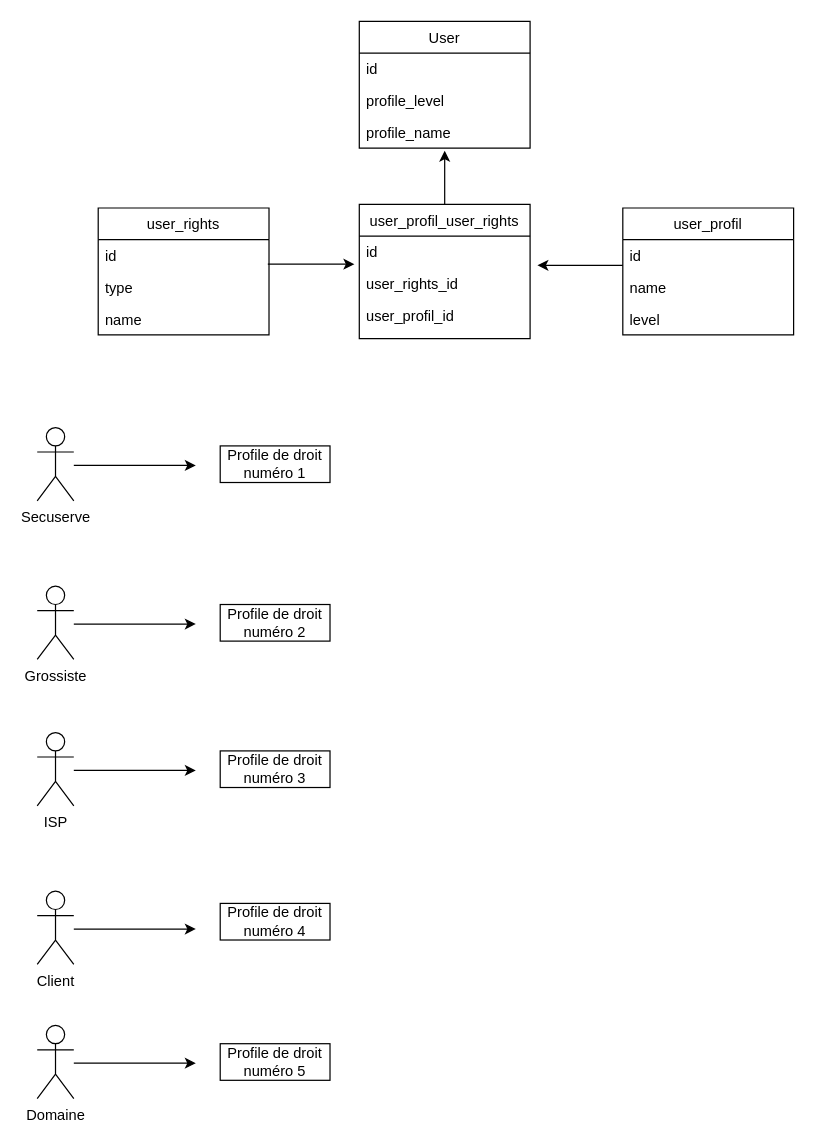
Above: security.drawio in nrgix2/api-netpoint (draw.io), before the change. Source tidied: cells renumbered, new cells numbered last; positions are measured from the earlier drawing's top-left corner, leaving out a move shared by most shapes. Both pictures are drawn from the tidied source at 122%, with x=0, y=0 at pixel (37, 21).
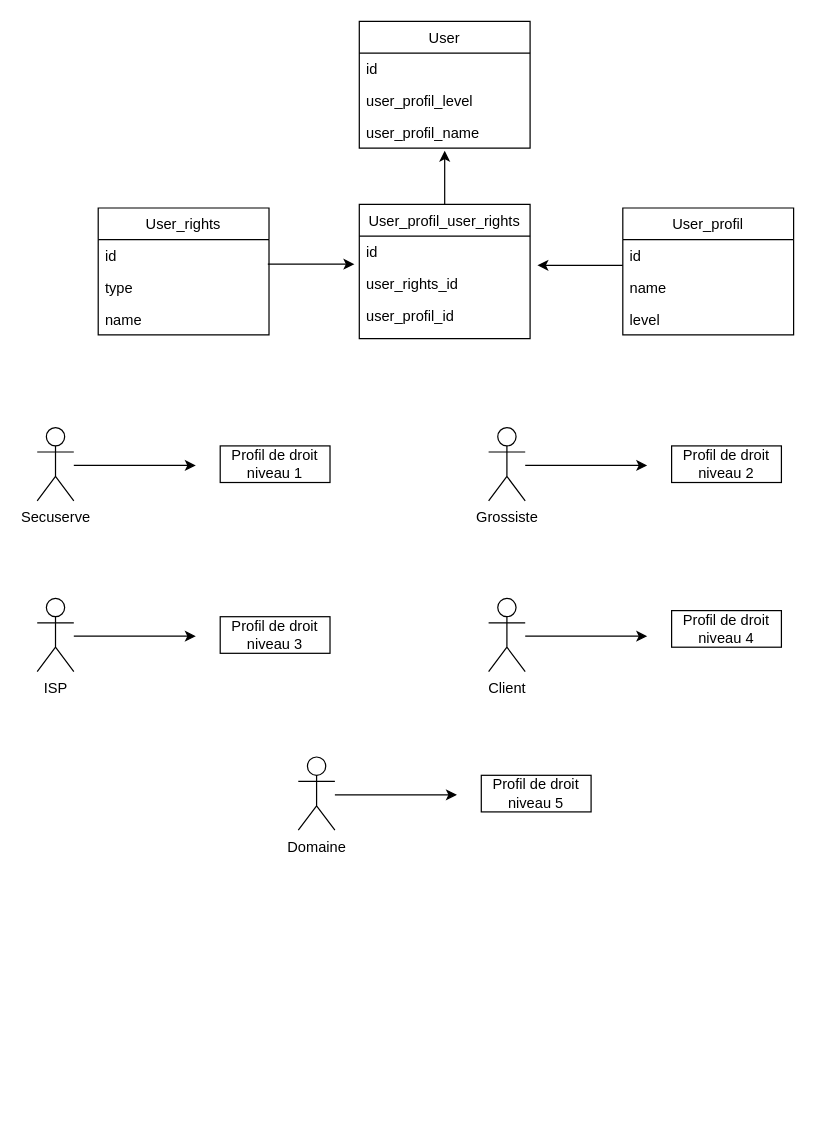
The same diagram, later.

The change refers to these unchanged cells:
```xml
<mxCell id="21" value="User" style="swimlane;fontStyle=0;horizontal=1;startSize=26;" parent="1" vertex="1">
  <mxGeometry x="264" width="140" height="104" as="geometry" />
</mxCell>
```

Diff of the diagram source:
```diff
@@
-    <mxCell id="4" value="Profile de droit numéro 1" style="rounded=0;whiteSpace=wrap;html=1;" parent="1" vertex="1">
+    <mxCell id="4" value="Profil de droit niveau 1" style="rounded=0;whiteSpace=wrap;html=1;" parent="1" vertex="1">
       <mxGeometry x="150" y="348" width="90" height="30" as="geometry" />
     </mxCell>
     <mxCell id="5" value="Grossiste" style="shape=umlActor;verticalLabelPosition=bottom;verticalAlign=top;html=1;" parent="1" vertex="1">
-      <mxGeometry y="463" width="30" height="60" as="geometry" />
+      <mxGeometry x="370" y="333" width="30" height="60" as="geometry" />
     </mxCell>
     <mxCell id="6" style="endArrow=classic;html=1;" parent="1" edge="1">
       <mxGeometry relative="1" as="geometry">
-        <mxPoint x="30" y="494" as="sourcePoint" />
-        <mxPoint x="130" y="494" as="targetPoint" />
+        <mxPoint x="400" y="364" as="sourcePoint" />
+        <mxPoint x="500" y="364" as="targetPoint" />
       </mxGeometry>
     </mxCell>
     <mxCell id="7" value="ISP" style="shape=umlActor;verticalLabelPosition=bottom;verticalAlign=top;html=1;" parent="1" vertex="1">
-      <mxGeometry y="583" width="30" height="60" as="geometry" />
+      <mxGeometry y="473" width="30" height="60" as="geometry" />
     </mxCell>
     <mxCell id="8" style="endArrow=classic;html=1;" parent="1" edge="1">
       <mxGeometry relative="1" as="geometry">
-        <mxPoint x="30" y="614" as="sourcePoint" />
-        <mxPoint x="130" y="614" as="targetPoint" />
+        <mxPoint x="30" y="504" as="sourcePoint" />
+        <mxPoint x="130" y="504" as="targetPoint" />
       </mxGeometry>
     </mxCell>
     <mxCell id="9" value="Client" style="shape=umlActor;verticalLabelPosition=bottom;verticalAlign=top;html=1;" parent="1" vertex="1">
-      <mxGeometry y="713" width="30" height="60" as="geometry" />
+      <mxGeometry x="370" y="473" width="30" height="60" as="geometry" />
     </mxCell>
     <mxCell id="10" style="endArrow=classic;html=1;" parent="1" edge="1">
       <mxGeometry relative="1" as="geometry">
-        <mxPoint x="30" y="744" as="sourcePoint" />
-        <mxPoint x="130" y="744" as="targetPoint" />
+        <mxPoint x="400" y="504" as="sourcePoint" />
+        <mxPoint x="500" y="504" as="targetPoint" />
       </mxGeometry>
     </mxCell>
     <mxCell id="11" value="Domaine" style="shape=umlActor;verticalLabelPosition=bottom;verticalAlign=top;html=1;" parent="1" vertex="1">
-      <mxGeometry y="823" width="30" height="60" as="geometry" />
+      <mxGeometry x="214" y="603" width="30" height="60" as="geometry" />
     </mxCell>
     <mxCell id="12" style="endArrow=classic;html=1;" parent="1" edge="1">
       <mxGeometry relative="1" as="geometry">
-        <mxPoint x="30" y="854" as="sourcePoint" />
-        <mxPoint x="130" y="854" as="targetPoint" />
+        <mxPoint x="244" y="634" as="sourcePoint" />
+        <mxPoint x="344" y="634" as="targetPoint" />
       </mxGeometry>
     </mxCell>
-    <mxCell id="13" value="Profile de droit numéro 2" style="rounded=0;whiteSpace=wrap;html=1;" parent="1" vertex="1">
-      <mxGeometry x="150" y="478" width="90" height="30" as="geometry" />
+    <mxCell id="13" value="Profil de droit niveau&amp;nbsp;2" style="rounded=0;whiteSpace=wrap;html=1;" parent="1" vertex="1">
+      <mxGeometry x="520" y="348" width="90" height="30" as="geometry" />
     </mxCell>
-    <mxCell id="14" value="Profile de droit numéro 3" style="rounded=0;whiteSpace=wrap;html=1;" parent="1" vertex="1">
-      <mxGeometry x="150" y="598" width="90" height="30" as="geometry" />
+    <mxCell id="14" value="Profil de droit niveau&amp;nbsp;3" style="rounded=0;whiteSpace=wrap;html=1;" parent="1" vertex="1">
+      <mxGeometry x="150" y="488" width="90" height="30" as="geometry" />
     </mxCell>
-    <mxCell id="15" value="Profile de droit numéro 5" style="rounded=0;whiteSpace=wrap;html=1;" parent="1" vertex="1">
-      <mxGeometry x="150" y="838" width="90" height="30" as="geometry" />
+    <mxCell id="15" value="Profil de droit niveau&amp;nbsp;5" style="rounded=0;whiteSpace=wrap;html=1;" parent="1" vertex="1">
+      <mxGeometry x="364" y="618" width="90" height="30" as="geometry" />
     </mxCell>
-    <mxCell id="16" value="Profile de droit numéro 4" style="rounded=0;whiteSpace=wrap;html=1;" parent="1" vertex="1">
-      <mxGeometry x="150" y="723" width="90" height="30" as="geometry" />
+    <mxCell id="16" value="Profil de droit niveau&amp;nbsp;4" style="rounded=0;whiteSpace=wrap;html=1;" parent="1" vertex="1">
+      <mxGeometry x="520" y="483" width="90" height="30" as="geometry" />
     </mxCell>
-    <mxCell id="17" value="user_profil" style="swimlane;fontStyle=0;horizontal=1;startSize=26;" parent="1" vertex="1">
+    <mxCell id="17" value="User_profil" style="swimlane;fontStyle=0;horizontal=1;startSize=26;" parent="1" vertex="1">
       <mxGeometry x="480" y="153" width="140" height="104" as="geometry" />
     </mxCell>
@@
-    <mxCell id="23" value="profile_level" style="text;strokeColor=none;fillColor=none;align=left;verticalAlign=top;spacingLeft=4;spacingRight=4;overflow=hidden;" parent="21" vertex="1">
+    <mxCell id="23" value="user_profil_level" style="text;strokeColor=none;fillColor=none;align=left;verticalAlign=top;spacingLeft=4;spacingRight=4;overflow=hidden;" parent="21" vertex="1">
       <mxGeometry y="52" width="140" height="26" as="geometry" />
     </mxCell>
-    <mxCell id="24" value="profile_name" style="text;strokeColor=none;fillColor=none;align=left;verticalAlign=top;spacingLeft=4;spacingRight=4;overflow=hidden;points=[[0,0.5],[1,0.5]];portConstraint=eastwest;" parent="21" vertex="1">
+    <mxCell id="24" value="user_profil_name" style="text;strokeColor=none;fillColor=none;align=left;verticalAlign=top;spacingLeft=4;spacingRight=4;overflow=hidden;points=[[0,0.5],[1,0.5]];portConstraint=eastwest;" parent="21" vertex="1">
       <mxGeometry y="78" width="140" height="26" as="geometry" />
     </mxCell>
-    <mxCell id="25" value="user_rights" style="swimlane;fontStyle=0;horizontal=1;startSize=26;" parent="1" vertex="1">
+    <mxCell id="25" value="User_rights" style="swimlane;fontStyle=0;horizontal=1;startSize=26;" parent="1" vertex="1">
       <mxGeometry x="50" y="153" width="140" height="104" as="geometry" />
     </mxCell>
@@
-    <mxCell id="30" value="user_profil_user_rights" style="swimlane;fontStyle=0;horizontal=1;startSize=26;" parent="1" vertex="1">
+    <mxCell id="30" value="User_profil_user_rights" style="swimlane;fontStyle=0;horizontal=1;startSize=26;" parent="1" vertex="1">
       <mxGeometry x="264" y="150" width="140" height="110" as="geometry" />
     </mxCell>
```
